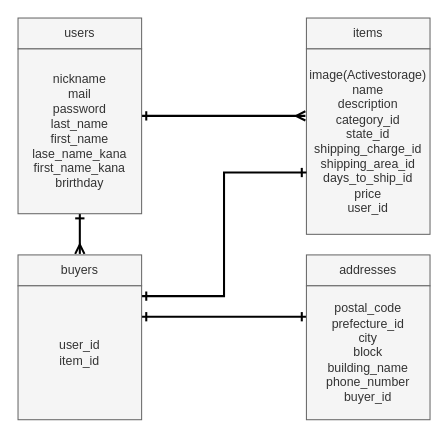
The draw.io diagram er.dio in hakase2150/furima-31937, before the edit. Source tidied: cells renumbered, new cells numbered last; positions are measured from the earlier drawing's top-left corner, leaving out a move shared by most shapes. Both pictures are drawn from the tidied source at 103%, with x=0, y=0 at pixel (18, 18).
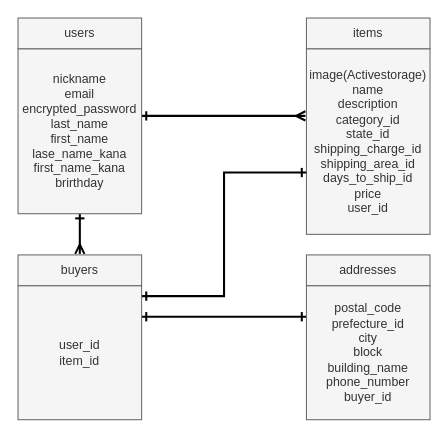
The same diagram, later.

Commit message (it also covers changes not shown here):
データベース設計の修正2

The edit, as a diff of the source:
```diff
@@
-    <mxCell id="6" value="nickname&lt;br&gt;mail&lt;br&gt;password&lt;br&gt;last_name&lt;br&gt;first_name&lt;br&gt;lase_name_kana&lt;br&gt;first_name_kana&lt;br&gt;brirthday" style="whiteSpace=wrap;html=1;fillColor=#f5f5f5;strokeColor=#666666;fontColor=#333333;" parent="1" vertex="1">
+    <mxCell id="6" value="nickname&lt;br&gt;email&lt;br&gt;encrypted_password&lt;br&gt;last_name&lt;br&gt;first_name&lt;br&gt;lase_name_kana&lt;br&gt;first_name_kana&lt;br&gt;brirthday" style="whiteSpace=wrap;html=1;fillColor=#f5f5f5;strokeColor=#666666;fontColor=#333333;" parent="1" vertex="1">
       <mxGeometry y="30" width="120" height="160" as="geometry" />
     </mxCell>
```
